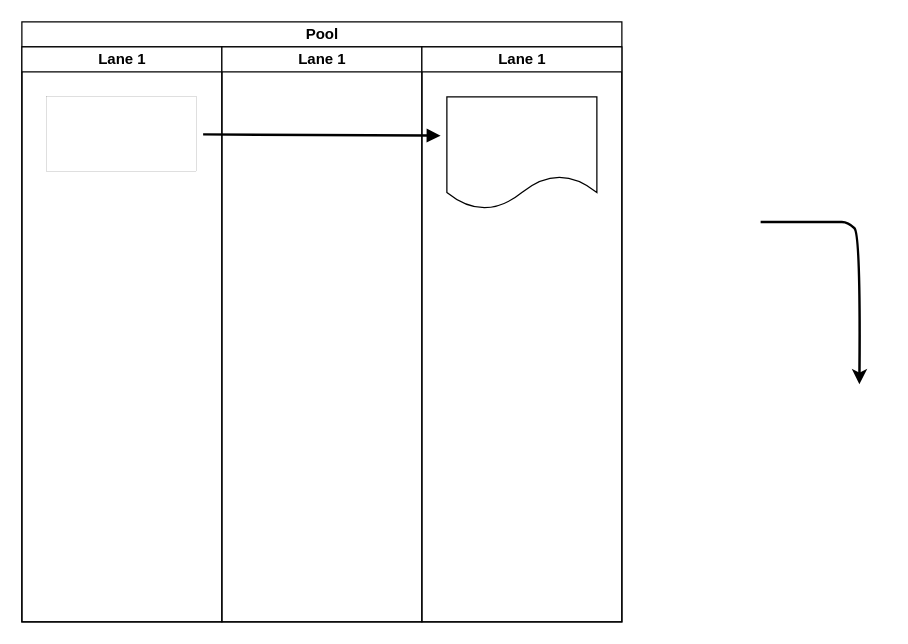
Earlier version of the draw.io diagram Untitled Diagram.drawio (faridulccr/calculator). Source tidied: cells renumbered, new cells numbered last; positions are measured from the earlier drawing's top-left corner, leaving out a move shared by most shapes. Both pictures are drawn from the tidied source at 125%, with x=0, y=0 at pixel (21, 21).
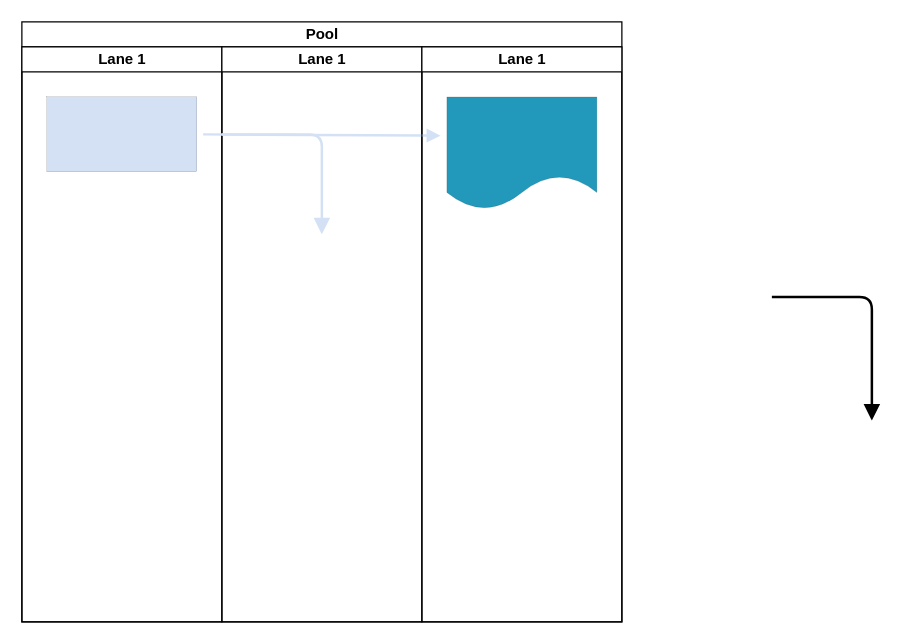
The same diagram, later.

The edit, as a diff of the source:
```diff
@@
 <mxGraphModel>
   <root>
     <mxCell id="0" />
     <mxCell id="1" parent="0" />
-    <mxCell id="2" value="Pool" style="swimlane;startSize=20;html=1;" parent="1" vertex="1">
+    <mxCell id="2" value="Pool" style="swimlane;startSize=20;html=1;fillColor=#fff;" parent="1" vertex="1">
       <mxGeometry width="480" height="480" as="geometry" />
     </mxCell>
     <mxCell id="3" value="Lane 1" style="swimlane;startSize=20;html=1;" parent="2" vertex="1">
       <mxGeometry y="20" width="160" height="460" as="geometry" />
     </mxCell>
-    <mxCell id="4" style="rounded=0;whiteSpace=wrap;html=1;strokeWidth=0;perimeterSpacing=0;shadow=0;glass=0;imageWidth=20;" parent="3" vertex="1">
+    <mxCell id="4" style="rounded=0;whiteSpace=wrap;html=1;strokeWidth=0;perimeterSpacing=0;shadow=0;glass=0;imageWidth=20;fillColor=#D4E1F5;fillStyle=auto;" parent="3" vertex="1">
       <mxGeometry x="20" y="40" width="120" height="60" as="geometry" />
     </mxCell>
-    <mxCell id="5" value="Lane 1" style="swimlane;startSize=20;html=1;" parent="2" vertex="1">
+    <mxCell id="5" value="Lane 1" style="swimlane;startSize=20;html=1;fillColor=#fff;" parent="2" vertex="1">
       <mxGeometry x="160" y="20" width="160" height="460" as="geometry" />
     </mxCell>
-    <mxCell id="6" style="endArrow=block;html=1;rounded=0;endSize=6;endFill=1;strokeWidth=2;" parent="5" edge="1">
+    <mxCell id="6" style="endArrow=block;html=1;rounded=0;endSize=6;endFill=1;strokeWidth=2;strokeColor=#D4E1F5;" parent="5" edge="1">
       <mxGeometry relative="1" as="geometry">
         <mxPoint x="-15" y="70" as="sourcePoint" />
         <mxPoint x="175" y="71" as="targetPoint" />
       </mxGeometry>
     </mxCell>
+    <mxCell id="10" style="edgeStyle=segmentEdgeStyle;endArrow=none;html=1;endSize=8;startSize=8;labelBackgroundColor=default;strokeColor=#D4E1F5;strokeWidth=2;align=center;verticalAlign=middle;fontFamily=Helvetica;fontSize=11;fontColor=default;shape=connector;jumpStyle=none;rounded=1;endFill=0;startArrow=block;startFill=1;" parent="5" edge="1">
+      <mxGeometry relative="1" as="geometry">
+        <mxPoint x="80" y="150" as="sourcePoint" />
+        <mxPoint y="70" as="targetPoint" />
+        <Array as="points">
+          <mxPoint x="80" y="70" />
+        </Array>
+      </mxGeometry>
+    </mxCell>
     <mxCell id="7" value="Lane 1" style="swimlane;startSize=20;html=1;" parent="2" vertex="1">
       <mxGeometry x="320" y="20" width="160" height="460" as="geometry" />
     </mxCell>
-    <mxCell id="8" style="shape=document;whiteSpace=wrap;html=1;boundedLbl=1;" parent="7" vertex="1">
+    <mxCell id="8" style="shape=document;whiteSpace=wrap;html=1;boundedLbl=1;strokeWidth=0;fillColor=#2299BB;" parent="7" vertex="1">
       <mxGeometry x="20" y="40" width="120" height="90" as="geometry" />
     </mxCell>
-    <mxCell id="9" style="curved=1;endArrow=classic;html=1;rounded=0;labelBackgroundColor=default;strokeColor=default;strokeWidth=2;align=center;verticalAlign=middle;fontFamily=Helvetica;fontSize=11;fontColor=default;shape=connector;jumpStyle=none;" parent="1" edge="1">
-      <mxGeometry relative="1" as="geometry">
-        <mxPoint x="591" y="160" as="sourcePoint" />
-        <mxPoint x="670" y="290" as="targetPoint" />
-        <Array as="points">
-          <mxPoint x="651" y="160" />
-          <mxPoint x="661" y="160" />
-          <mxPoint x="671" y="170" />
-        </Array>
-      </mxGeometry>
-    </mxCell>
+    <mxCell id="11" style="edgeStyle=segmentEdgeStyle;endArrow=none;html=1;endSize=8;startSize=8;labelBackgroundColor=default;strokeColor=default;strokeWidth=2;align=center;verticalAlign=middle;fontFamily=Helvetica;fontSize=11;fontColor=default;shape=connector;jumpStyle=none;rounded=1;endFill=0;startArrow=block;startFill=1;" parent="1" edge="1">
+      <mxGeometry relative="1" as="geometry">
+        <mxPoint x="680" y="319" as="sourcePoint" />
+        <mxPoint x="600" y="220" as="targetPoint" />
+        <Array as="points">
+          <mxPoint x="680" y="319" />
+          <mxPoint x="680" y="220" />
+        </Array>
+      </mxGeometry>
+    </mxCell>
   </root>
 </mxGraphModel>
```
